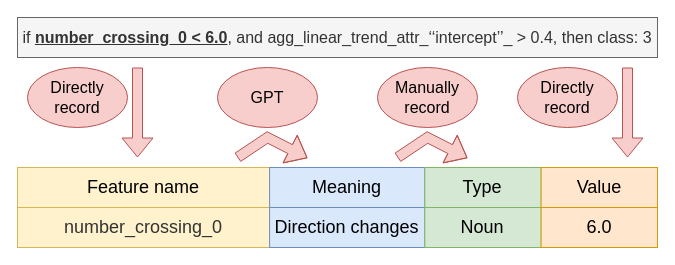
Earlier version of the draw.io diagram drawio/Lookup_table.drawio (lab992/Generate_explanations_for_classification_by_ChatGPT). Source tidied: cells renumbered, new cells numbered last; positions are measured from the earlier drawing's top-left corner, leaving out a move shared by most shapes. Both pictures are drawn from the tidied source at 100%, with x=0, y=0 at pixel (17, 17).
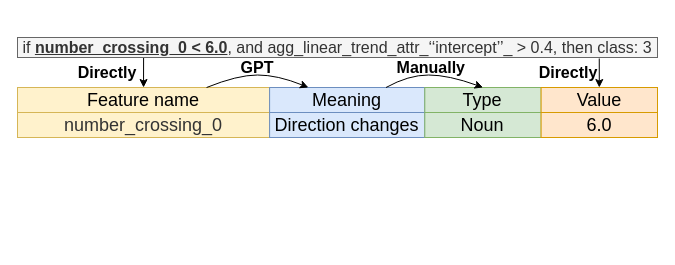
The same diagram, later.

What changed in the source:
```diff
@@
+    <mxCell id="20" style="edgeStyle=orthogonalEdgeStyle;rounded=0;jettySize=auto;html=1;exitX=0.909;exitY=1.05;exitDx=0;exitDy=0;entryX=0.5;entryY=0;entryDx=0;entryDy=0;exitPerimeter=0;" parent="1" edge="1" source="2" target="11">
+      <mxGeometry relative="1" as="geometry" />
+    </mxCell>
+    <mxCell id="21" style="edgeStyle=orthogonalEdgeStyle;rounded=0;jettySize=auto;html=1;exitX=0.25;exitY=1;exitDx=0;exitDy=0;entryX=0.5;entryY=0;entryDx=0;entryDy=0;" parent="1" edge="1" source="2" target="8">
+      <mxGeometry relative="1" as="geometry">
+        <Array as="points">
+          <mxPoint x="126" y="40" />
+        </Array>
+      </mxGeometry>
+    </mxCell>
     <mxCell id="2" value="&lt;span style=&quot;font-weight: normal; font-size: 16px;&quot;&gt;if &lt;/span&gt;&lt;u style=&quot;font-size: 16px;&quot;&gt;number_crossing_0 &amp;lt; 6.0&lt;/u&gt;&lt;span style=&quot;font-weight: normal; font-size: 16px;&quot;&gt;, and agg_linear_trend_attr_‘‘intercept’’_ &amp;gt; 0.4, then class: 3&lt;/span&gt;" style="rounded=0;whiteSpace=wrap;html=1;fontSize=16;fontStyle=1;fillColor=#f5f5f5;fontColor=#333333;strokeColor=#666666;" parent="1" vertex="1">
-      <mxGeometry width="640" height="40" as="geometry" />
+      <mxGeometry y="20" width="640" height="20" as="geometry" />
     </mxCell>
-    <mxCell id="3" style="shape=flexArrow;endArrow=classic;html=1;rounded=0;fillColor=#f8cecc;strokeColor=#b85450;" parent="1" edge="1">
-      <mxGeometry relative="1" as="geometry">
-        <mxPoint x="120" y="50" as="sourcePoint" />
-        <mxPoint x="120" y="140" as="targetPoint" />
-      </mxGeometry>
-    </mxCell>
-    <mxCell id="4" value="GPT" style="ellipse;whiteSpace=wrap;html=1;fillColor=#f8cecc;strokeColor=#b85450;fontSize=16;" parent="1" vertex="1">
-      <mxGeometry x="200" y="50" width="100" height="60" as="geometry" />
-    </mxCell>
-    <mxCell id="5" value="Manually record" style="ellipse;whiteSpace=wrap;html=1;fillColor=#f8cecc;strokeColor=#b85450;fontSize=16;" parent="1" vertex="1">
-      <mxGeometry x="360" y="50" width="100" height="60" as="geometry" />
-    </mxCell>
-    <mxCell id="6" value="Directly record" style="ellipse;whiteSpace=wrap;html=1;fillColor=#f8cecc;strokeColor=#b85450;fontSize=16;" parent="1" vertex="1">
-      <mxGeometry x="500" y="50" width="100" height="60" as="geometry" />
-    </mxCell>
     <mxCell id="7" style="group;fontSize=18;" parent="1" vertex="1">
-      <mxGeometry y="150" width="640" height="80" as="geometry" />
+      <mxGeometry y="70" width="640" height="50" as="geometry" />
     </mxCell>
     <mxCell id="8" value="Feature name" style="rounded=0;whiteSpace=wrap;html=1;fillColor=#fff2cc;strokeColor=#d6b656;fontSize=18;" parent="7" vertex="1">
-      <mxGeometry width="252.1" height="40" as="geometry" />
+      <mxGeometry width="252.1" height="25" as="geometry" />
     </mxCell>
     <mxCell id="9" value="Meaning" style="rounded=0;whiteSpace=wrap;html=1;fillColor=#dae8fc;strokeColor=#6c8ebf;fontSize=18;" parent="7" vertex="1">
-      <mxGeometry x="252.1" width="155.2" height="40" as="geometry" />
+      <mxGeometry x="252.1" width="155.2" height="25" as="geometry" />
     </mxCell>
     <mxCell id="10" value="Type" style="rounded=0;whiteSpace=wrap;html=1;fillColor=#d5e8d4;strokeColor=#82b366;fontSize=18;" parent="7" vertex="1">
-      <mxGeometry x="407.3" width="116.4" height="40" as="geometry" />
+      <mxGeometry x="407.3" width="116.4" height="25" as="geometry" />
     </mxCell>
     <mxCell id="11" value="Value" style="rounded=0;whiteSpace=wrap;html=1;fillColor=#ffe6cc;strokeColor=#d79b00;fontSize=18;" parent="7" vertex="1">
-      <mxGeometry x="523.6" width="116.4" height="40" as="geometry" />
+      <mxGeometry x="523.6" width="116.4" height="25" as="geometry" />
     </mxCell>
     <mxCell id="12" value="&lt;span style=&quot;caret-color: rgb(51, 51, 51); color: rgb(51, 51, 51); font-size: 18px;&quot;&gt;number_crossing_0&lt;/span&gt;" style="rounded=0;whiteSpace=wrap;html=1;fillColor=#fff2cc;strokeColor=#d6b656;fontSize=18;fontStyle=0;" parent="7" vertex="1">
-      <mxGeometry y="40" width="252.1" height="40" as="geometry" />
+      <mxGeometry y="25" width="252.1" height="25" as="geometry" />
     </mxCell>
     <mxCell id="13" value="Direction changes" style="rounded=0;whiteSpace=wrap;html=1;fillColor=#dae8fc;strokeColor=#6c8ebf;fontSize=18;" parent="7" vertex="1">
-      <mxGeometry x="252.1" y="40" width="155.2" height="40" as="geometry" />
+      <mxGeometry x="252.1" y="25" width="155.2" height="25" as="geometry" />
     </mxCell>
     <mxCell id="14" value="Noun" style="rounded=0;whiteSpace=wrap;html=1;fillColor=#d5e8d4;strokeColor=#82b366;fontSize=18;" parent="7" vertex="1">
-      <mxGeometry x="407.3" y="40" width="116.4" height="40" as="geometry" />
+      <mxGeometry x="407.3" y="25" width="116.4" height="25" as="geometry" />
     </mxCell>
     <mxCell id="15" value="6.0" style="rounded=0;whiteSpace=wrap;html=1;fillColor=#ffe6cc;strokeColor=#d79b00;fontSize=18;" parent="7" vertex="1">
-      <mxGeometry x="523.6" y="40" width="116.4" height="40" as="geometry" />
+      <mxGeometry x="523.6" y="25" width="116.4" height="25" as="geometry" />
     </mxCell>
-    <mxCell id="16" style="shape=flexArrow;endArrow=classic;html=1;rounded=0;fillColor=#f8cecc;strokeColor=#b85450;" parent="1" edge="1">
-      <mxGeometry relative="1" as="geometry">
-        <mxPoint x="610" y="50" as="sourcePoint" />
-        <mxPoint x="610" y="140" as="targetPoint" />
-      </mxGeometry>
-    </mxCell>
-    <mxCell id="17" style="shape=flexArrow;endArrow=classic;html=1;rounded=0;exitX=0;exitY=0;exitDx=0;exitDy=0;fillColor=#f8cecc;strokeColor=#b85450;" parent="1" edge="1">
-      <mxGeometry relative="1" as="geometry">
-        <mxPoint x="220" y="140" as="sourcePoint" />
-        <mxPoint x="290" y="140.5" as="targetPoint" />
-        <Array as="points">
-          <mxPoint x="250" y="120" />
-        </Array>
-      </mxGeometry>
-    </mxCell>
-    <mxCell id="18" style="shape=flexArrow;endArrow=classic;html=1;rounded=0;exitX=0;exitY=0;exitDx=0;exitDy=0;fillColor=#f8cecc;strokeColor=#b85450;" parent="1" edge="1">
-      <mxGeometry relative="1" as="geometry">
-        <mxPoint x="380" y="140" as="sourcePoint" />
-        <mxPoint x="450" y="140.5" as="targetPoint" />
-        <Array as="points">
-          <mxPoint x="410" y="120" />
-        </Array>
-      </mxGeometry>
-    </mxCell>
-    <mxCell id="19" value="Directly record" style="ellipse;whiteSpace=wrap;html=1;fillColor=#f8cecc;strokeColor=#b85450;fontSize=16;" parent="1" vertex="1">
-      <mxGeometry x="10" y="50" width="100" height="60" as="geometry" />
-    </mxCell>
+    <mxCell id="22" style="curved=1;endArrow=classic;html=1;rounded=0;exitX=0.75;exitY=0;exitDx=0;exitDy=0;entryX=0.25;entryY=0;entryDx=0;entryDy=0;" parent="7" edge="1" source="8" target="9">
+      <mxGeometry relative="1" as="geometry">
+        <Array as="points">
+          <mxPoint x="220" y="-12.5" />
+          <mxPoint x="260" y="-12.5" />
+        </Array>
+      </mxGeometry>
+    </mxCell>
+    <mxCell id="23" style="curved=1;endArrow=classic;html=1;rounded=0;exitX=0.75;exitY=0;exitDx=0;exitDy=0;entryX=0.5;entryY=0;entryDx=0;entryDy=0;" parent="7" edge="1" source="9" target="10">
+      <mxGeometry relative="1" as="geometry">
+        <Array as="points">
+          <mxPoint x="391" y="-12.5" />
+          <mxPoint x="431" y="-12.5" />
+        </Array>
+      </mxGeometry>
+    </mxCell>
+    <mxCell id="4" value="GPT" style="text;html=1;align=center;verticalAlign=middle;whiteSpace=wrap;rounded=0;fontSize=16;fontStyle=1;" parent="1" vertex="1">
+      <mxGeometry x="210" y="35" width="60" height="30" as="geometry" />
+    </mxCell>
+    <mxCell id="24" value="Manually&amp;nbsp;" style="text;html=1;align=center;verticalAlign=middle;whiteSpace=wrap;rounded=0;fontSize=16;fontStyle=1;" parent="1" vertex="1">
+      <mxGeometry x="346" y="35" width="140" height="30" as="geometry" />
+    </mxCell>
+    <mxCell id="25" value="Directly" style="text;html=1;align=center;verticalAlign=middle;whiteSpace=wrap;rounded=0;fontSize=16;fontStyle=1;" parent="1" vertex="1">
+      <mxGeometry x="481" y="40" width="140" height="30" as="geometry" />
+    </mxCell>
+    <mxCell id="26" value="Directly" style="text;html=1;align=center;verticalAlign=middle;whiteSpace=wrap;rounded=0;fontSize=16;fontStyle=1;" parent="1" vertex="1">
+      <mxGeometry x="20" y="40" width="140" height="30" as="geometry" />
+    </mxCell>
```
